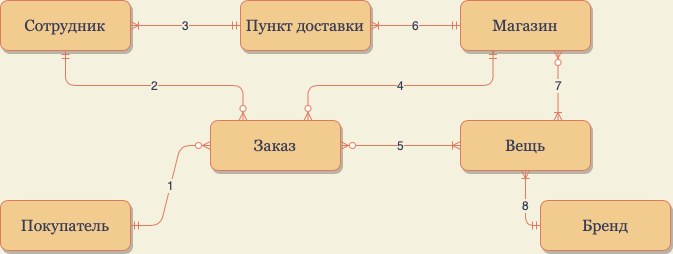
Before: images/ConceptualModel.png, a diagram exported from draw.io (werticell/DatabaseProject). Source tidied: cells renumbered, new cells last; positions are measured from the earlier drawing's top-left corner, leaving out a move shared by most shapes.
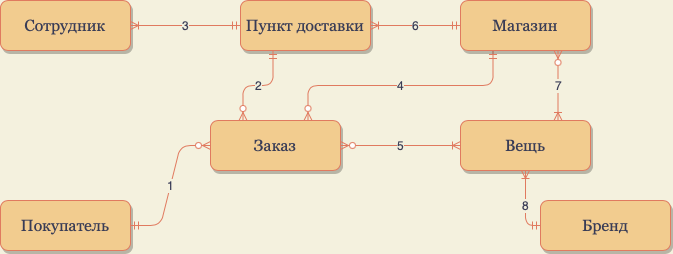
After the change.

Change to the diagram source:
```diff
@@ -35,7 +35,7 @@
     <mxCell id="12" value="3" style="edgeStyle=orthogonalEdgeStyle;fontSize=12;html=1;endArrow=ERoneToMany;startArrow=ERmandOne;strokeColor=#E07A5F;entryX=1;entryY=0.5;entryDx=0;entryDy=0;exitX=0;exitY=0.5;exitDx=0;exitDy=0;labelBackgroundColor=#F4F1DE;fontColor=#393C56;" parent="1" edge="1" source="5" target="11">
       <mxGeometry relative="1" as="geometry" />
     </mxCell>
-    <mxCell id="13" value="2" style="fontSize=12;html=1;endArrow=ERzeroToMany;startArrow=ERmandOne;rounded=1;entryX=0.25;entryY=0;entryDx=0;entryDy=0;exitX=0.5;exitY=1;exitDx=0;exitDy=0;edgeStyle=orthogonalEdgeStyle;labelBackgroundColor=#F4F1DE;strokeColor=#E07A5F;fontColor=#393C56;" parent="1" edge="1" source="11" target="2">
+    <mxCell id="13" value="2" style="fontSize=12;html=1;endArrow=ERzeroToMany;startArrow=ERmandOne;rounded=1;entryX=0.25;entryY=0;entryDx=0;entryDy=0;exitX=0.25;exitY=1;exitDx=0;exitDy=0;edgeStyle=orthogonalEdgeStyle;labelBackgroundColor=#F4F1DE;strokeColor=#E07A5F;fontColor=#393C56;" parent="1" edge="1" source="5" target="2">
       <mxGeometry relative="1" as="geometry" />
     </mxCell>
     <mxCell id="14" style="edgeStyle=orthogonalEdgeStyle;rounded=1;orthogonalLoop=1;jettySize=auto;html=1;exitX=0.5;exitY=1;exitDx=0;exitDy=0;strokeColor=#E07A5F;labelBackgroundColor=#F4F1DE;fontColor=#393C56;" parent="1" edge="1" source="9" target="9">
```
